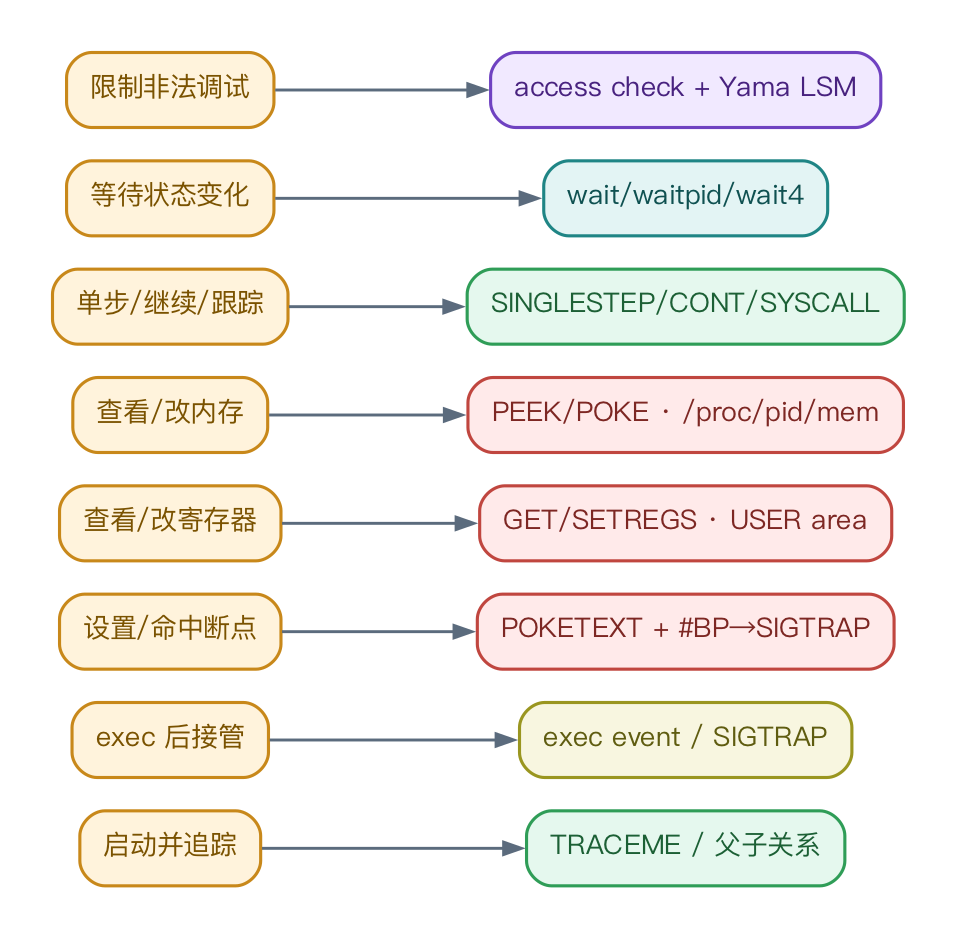
Before: research_practice/assets/13_req_decompose.png, a diagram exported from Graphviz (vvvvsv/asterinas). Its source is kept beside it as research_practice/assets/13_req_decompose.dot.
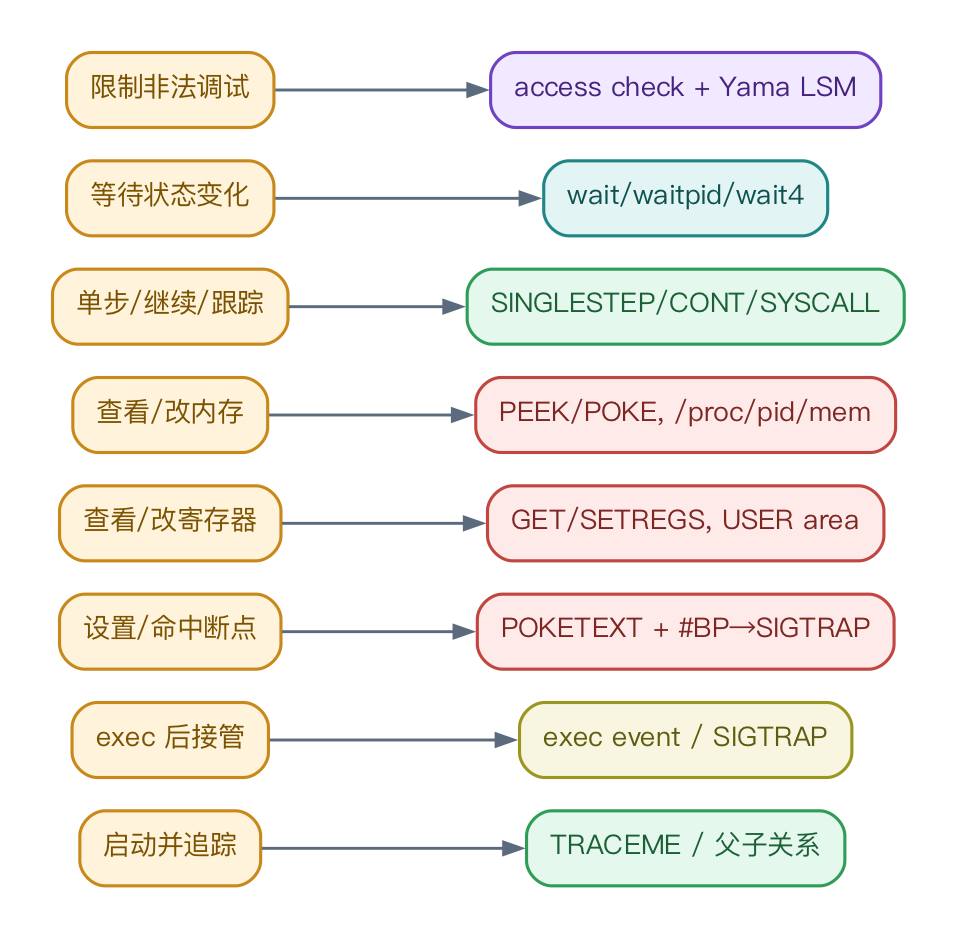
After the change.

Change to the diagram source:
```diff
@@ -29,8 +29,8 @@
   c0 [label="TRACEME / 父子关系", fillcolor="#E5F8EE", color="#2F9D57", fontcolor="#1c6035"];
   c1 [label="exec event / SIGTRAP", fillcolor="#F8F6E0", color="#9A9620", fontcolor="#5f5c10"];
   c2 [label="POKETEXT + #BP→SIGTRAP", fillcolor="#FFEAEA", color="#C0463F", fontcolor="#7d2723"];
-  c3 [label="GET/SETREGS · USER area", fillcolor="#FFEAEA", color="#C0463F", fontcolor="#7d2723"];
-  c4 [label="PEEK/POKE · /proc/pid/mem", fillcolor="#FFEAEA", color="#C0463F", fontcolor="#7d2723"];
+  c3 [label="GET/SETREGS, USER area", fillcolor="#FFEAEA", color="#C0463F", fontcolor="#7d2723"];
+  c4 [label="PEEK/POKE, /proc/pid/mem", fillcolor="#FFEAEA", color="#C0463F", fontcolor="#7d2723"];
   c5 [label="SINGLESTEP/CONT/SYSCALL", fillcolor="#E5F8EE", color="#2F9D57", fontcolor="#1c6035"];
   c6 [label="wait/waitpid/wait4", fillcolor="#E3F4F4", color="#1F8585", fontcolor="#0f5151"];
   c7 [label="access check + Yama LSM", fillcolor="#F1E9FF", color="#6F42C1", fontcolor="#48227f"];
```
